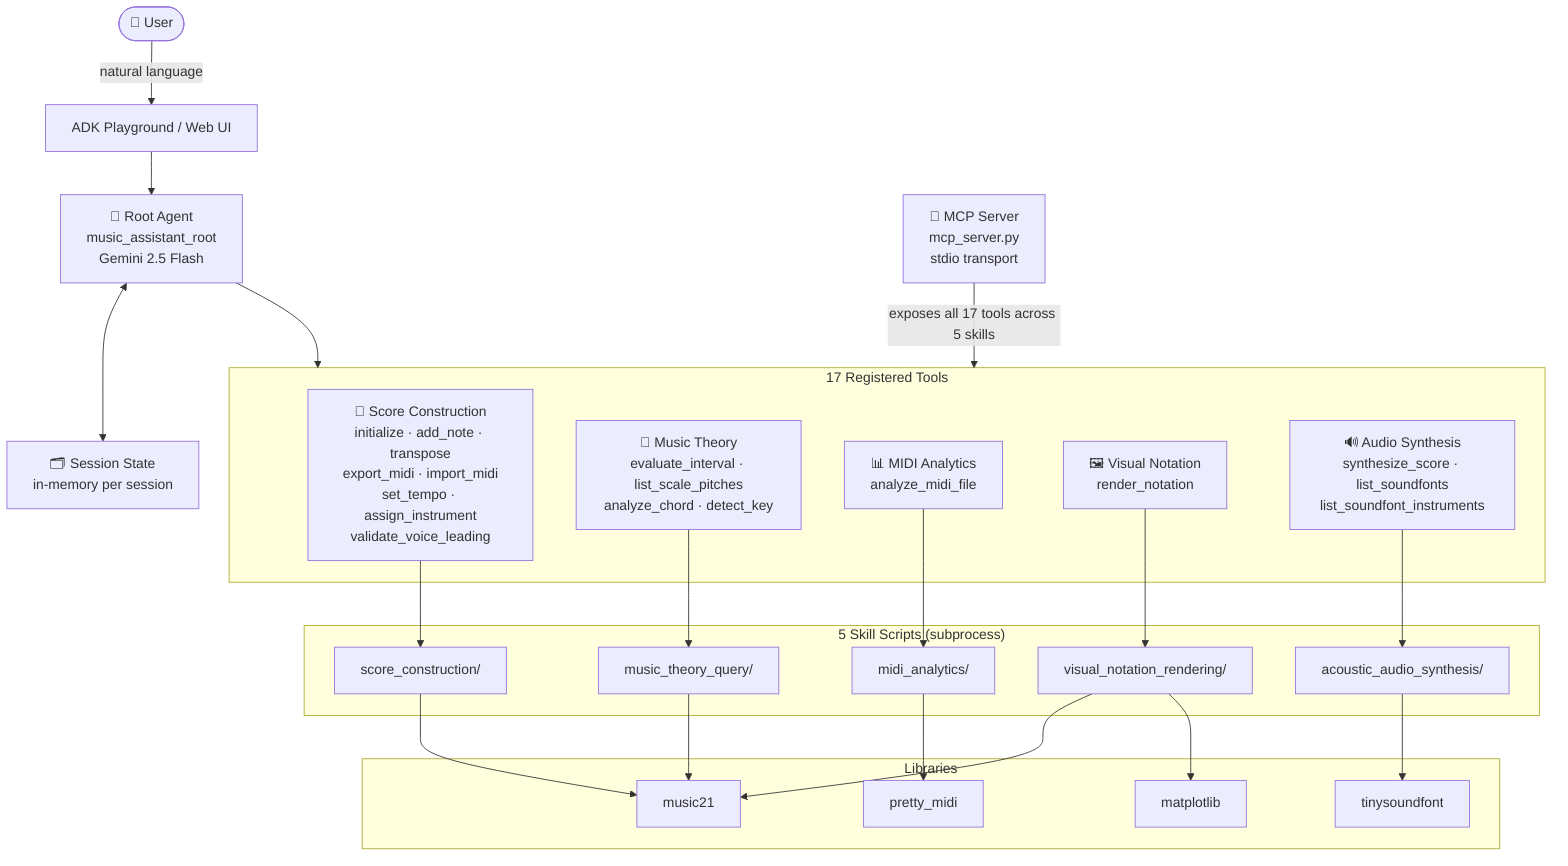
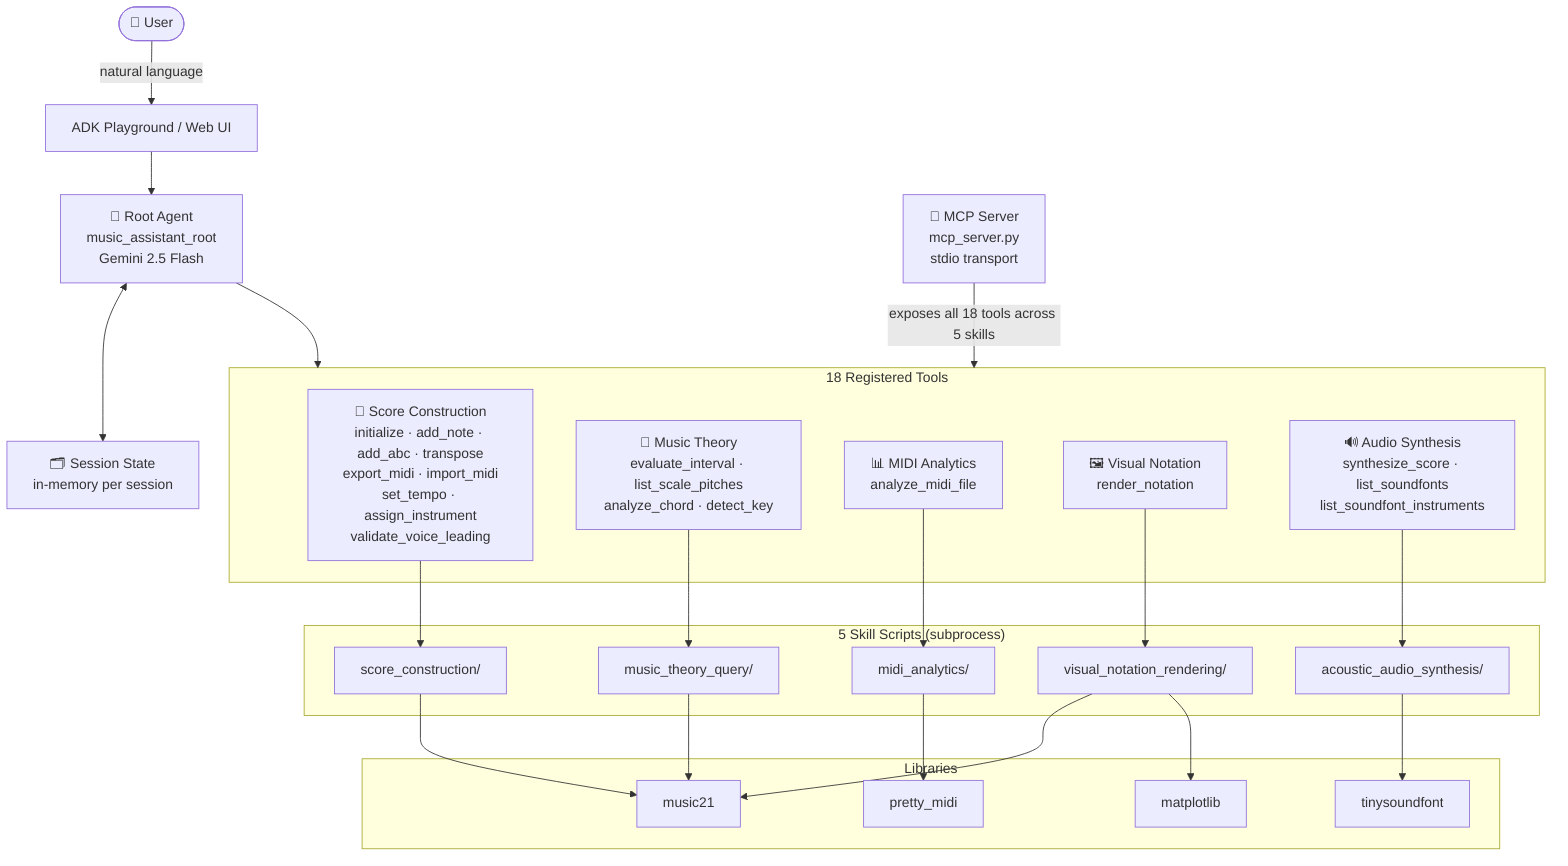
flowchart TD
    U(["👤 User"])
    PG["ADK Playground / Web UI"]
    A["🤖 Root Agent\nmusic_assistant_root\nGemini 2.5 Flash"]
    S["🗂️ Session State\nin-memory per session"]
    MCP["🔌 MCP Server\nmcp_server.py\nstdio transport"]

-     subgraph Tools ["17 Registered Tools"]
-         T1["🎼 Score Construction\ninitialize · add_note · transpose\nexport_midi · import_midi\nset_tempo · assign_instrument\nvalidate_voice_leading"]
+     subgraph Tools ["18 Registered Tools"]
+         T1["🎼 Score Construction\ninitialize · add_note · add_abc · transpose\nexport_midi · import_midi\nset_tempo · assign_instrument\nvalidate_voice_leading"]
        T2["🎵 Music Theory\nevaluate_interval · list_scale_pitches\nanalyze_chord · detect_key"]
        T3["📊 MIDI Analytics\nanalyze_midi_file"]
        T4["🖼️ Visual Notation\nrender_notation"]
        T5["🔊 Audio Synthesis\nsynthesize_score · list_soundfonts\nlist_soundfont_instruments"]
    end

    subgraph Skills ["5 Skill Scripts (subprocess)"]
        SK1["score_construction/"]
        SK2["music_theory_query/"]
        SK3["midi_analytics/"]
        SK4["visual_notation_rendering/"]
        SK5["acoustic_audio_synthesis/"]
    end

    subgraph Libs ["Libraries"]
        L1["music21"]
        L2["pretty_midi"]
        L3["matplotlib"]
        L4["tinysoundfont"]
    end

    U -->|"natural language"| PG
    PG --> A
    A <--> S
    A --> Tools
    T1 --> SK1
    T2 --> SK2
    T3 --> SK3
    T4 --> SK4
    T5 --> SK5
    SK1 & SK2 --> L1
    SK3 --> L2
    SK4 --> L1 & L3
    SK5 --> L4

-     MCP -->|"exposes all 17 tools across 5 skills"| Tools
+     MCP -->|"exposes all 18 tools across 5 skills"| Tools
